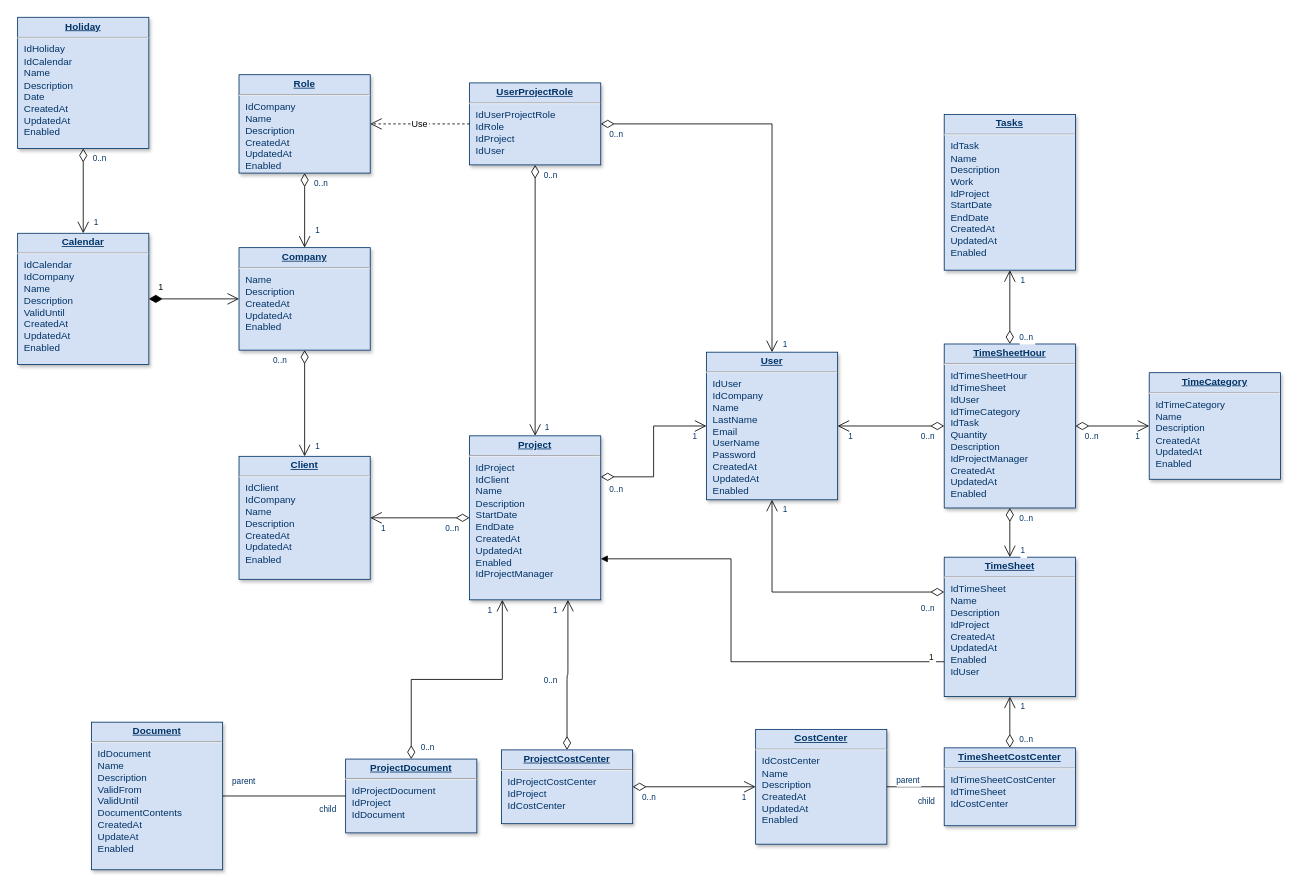
Above: SoAPs Use Case Diagram.drawio in Kutoux/SoAPs (draw.io), before the change. Source tidied: cells renumbered, new cells numbered last; positions are measured from the earlier drawing's top-left corner, leaving out a move shared by most shapes. Both pictures are drawn from the tidied source at 82%, with x=0, y=0 at pixel (17, 17).
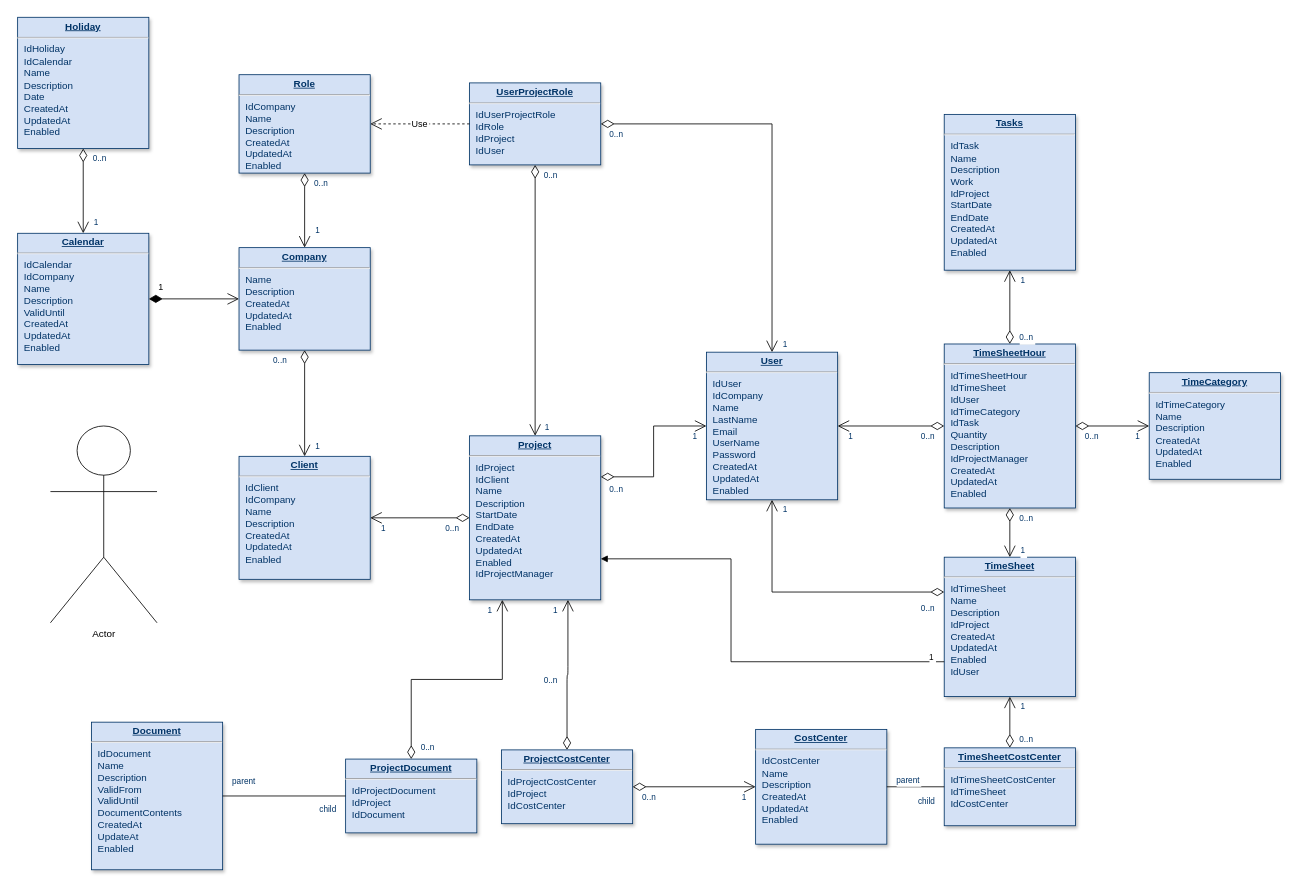
The same diagram, later.

What changed in the source:
```diff
@@
+    <mxCell id="77" value="Actor" style="shape=umlActor;verticalLabelPosition=bottom;verticalAlign=top;html=1;" parent="1" vertex="1">
+      <mxGeometry x="40" y="498" width="130" height="240" as="geometry" />
+    </mxCell>
```
